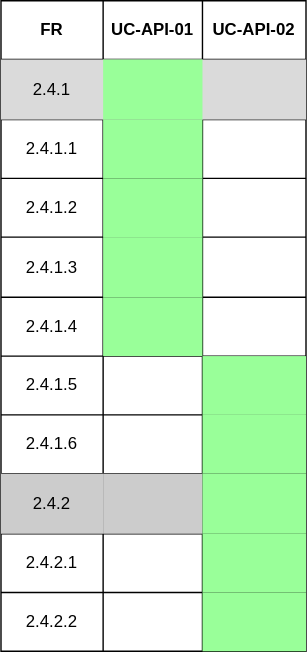
Earlier version of the draw.io export docs/srs/Use_Cases/Traceability_Matrix/FR2_4.svg (COS301-SE-2026/UMTAS). Source tidied: cells renumbered, new cells last; positions are measured from the earlier drawing's top-left corner, leaving out a move shared by most shapes.
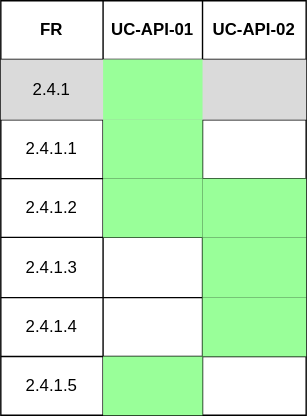
The same file after the commit.

The edit, as a diff of the source:
```diff
@@ -3,7 +3,7 @@
     <mxCell id="0" />
     <mxCell id="1" parent="0" />
     <mxCell id="2" style="shape=table;startSize=0;strokeColor=default;" parent="1" vertex="1">
-      <mxGeometry width="218" height="465" as="geometry" />
+      <mxGeometry width="218" height="296" as="geometry" />
     </mxCell>
     <mxCell id="3" style="shape=tableRow;horizontal=0;startSize=0;swimlaneHead=0;swimlaneBody=0;strokeColor=inherit;top=0;left=0;bottom=0;right=0;fillColor=none;" parent="2" vertex="1">
       <mxGeometry width="218" height="42" as="geometry" />
@@ -50,7 +50,7 @@
     <mxCell id="17" style="shape=partialRectangle;html=1;whiteSpace=wrap;strokeColor=inherit;overflow=hidden;fillColor=#99FF99;top=0;left=0;bottom=0;right=0;" parent="15" vertex="1">
       <mxGeometry x="73" width="71" height="42" as="geometry" />
     </mxCell>
-    <mxCell id="18" style="shape=partialRectangle;html=1;whiteSpace=wrap;strokeColor=inherit;overflow=hidden;fillColor=none;top=0;left=0;bottom=0;right=0;" parent="15" vertex="1">
+    <mxCell id="18" style="shape=partialRectangle;html=1;whiteSpace=wrap;strokeColor=inherit;overflow=hidden;fillColor=#99FF99;top=0;left=0;bottom=0;right=0;" parent="15" vertex="1">
       <mxGeometry x="144" width="74" height="42" as="geometry" />
     </mxCell>
     <mxCell id="19" style="shape=tableRow;horizontal=0;startSize=0;swimlaneHead=0;swimlaneBody=0;strokeColor=inherit;top=0;left=0;bottom=0;right=0;fillColor=none;" parent="2" vertex="1">
@@ -59,10 +59,10 @@
     <mxCell id="20" value="2.4.1.3" style="shape=partialRectangle;html=1;whiteSpace=wrap;strokeColor=inherit;overflow=hidden;fillColor=none;top=0;left=0;bottom=0;right=0;" parent="19" vertex="1">
       <mxGeometry width="73" height="43" as="geometry" />
     </mxCell>
-    <mxCell id="21" style="shape=partialRectangle;html=1;whiteSpace=wrap;strokeColor=inherit;overflow=hidden;fillColor=#99FF99;top=0;left=0;bottom=0;right=0;" parent="19" vertex="1">
+    <mxCell id="21" style="shape=partialRectangle;html=1;whiteSpace=wrap;strokeColor=inherit;overflow=hidden;fillColor=none;top=0;left=0;bottom=0;right=0;" parent="19" vertex="1">
       <mxGeometry x="73" width="71" height="43" as="geometry" />
     </mxCell>
-    <mxCell id="22" style="shape=partialRectangle;html=1;whiteSpace=wrap;strokeColor=inherit;overflow=hidden;fillColor=none;top=0;left=0;bottom=0;right=0;" parent="19" vertex="1">
+    <mxCell id="22" style="shape=partialRectangle;html=1;whiteSpace=wrap;strokeColor=inherit;overflow=hidden;fillColor=#99FF99;top=0;left=0;bottom=0;right=0;" parent="19" vertex="1">
       <mxGeometry x="144" width="74" height="43" as="geometry" />
     </mxCell>
     <mxCell id="23" style="shape=tableRow;horizontal=0;startSize=0;swimlaneHead=0;swimlaneBody=0;strokeColor=inherit;top=0;left=0;bottom=0;right=0;fillColor=none;" parent="2" vertex="1">
@@ -71,10 +71,10 @@
     <mxCell id="24" value="2.4.1.4" style="shape=partialRectangle;html=1;whiteSpace=wrap;strokeColor=inherit;overflow=hidden;fillColor=none;top=0;left=0;bottom=0;right=0;" parent="23" vertex="1">
       <mxGeometry width="73" height="42" as="geometry" />
     </mxCell>
-    <mxCell id="25" style="shape=partialRectangle;html=1;whiteSpace=wrap;strokeColor=inherit;overflow=hidden;fillColor=#99FF99;top=0;left=0;bottom=0;right=0;" parent="23" vertex="1">
+    <mxCell id="25" style="shape=partialRectangle;html=1;whiteSpace=wrap;strokeColor=inherit;overflow=hidden;fillColor=none;top=0;left=0;bottom=0;right=0;" parent="23" vertex="1">
       <mxGeometry x="73" width="71" height="42" as="geometry" />
     </mxCell>
-    <mxCell id="26" style="shape=partialRectangle;html=1;whiteSpace=wrap;strokeColor=inherit;overflow=hidden;fillColor=none;top=0;left=0;bottom=0;right=0;" parent="23" vertex="1">
+    <mxCell id="26" style="shape=partialRectangle;html=1;whiteSpace=wrap;strokeColor=inherit;overflow=hidden;fillColor=#99FF99;top=0;left=0;bottom=0;right=0;" parent="23" vertex="1">
       <mxGeometry x="144" width="74" height="42" as="geometry" />
     </mxCell>
     <mxCell id="27" style="shape=tableRow;horizontal=0;startSize=0;swimlaneHead=0;swimlaneBody=0;strokeColor=inherit;top=0;left=0;bottom=0;right=0;fillColor=none;" parent="2" vertex="1">
@@ -83,59 +83,11 @@
     <mxCell id="28" value="2.4.1.5" style="shape=partialRectangle;html=1;whiteSpace=wrap;strokeColor=inherit;overflow=hidden;fillColor=none;top=0;left=0;bottom=0;right=0;" parent="27" vertex="1">
       <mxGeometry width="73" height="42" as="geometry" />
     </mxCell>
-    <mxCell id="29" style="shape=partialRectangle;html=1;whiteSpace=wrap;strokeColor=inherit;overflow=hidden;fillColor=none;top=0;left=0;bottom=0;right=0;" parent="27" vertex="1">
+    <mxCell id="29" style="shape=partialRectangle;html=1;whiteSpace=wrap;strokeColor=inherit;overflow=hidden;fillColor=#99FF99;top=0;left=0;bottom=0;right=0;" parent="27" vertex="1">
       <mxGeometry x="73" width="71" height="42" as="geometry" />
     </mxCell>
-    <mxCell id="30" style="shape=partialRectangle;html=1;whiteSpace=wrap;strokeColor=inherit;overflow=hidden;fillColor=#99FF99;top=0;left=0;bottom=0;right=0;" parent="27" vertex="1">
+    <mxCell id="30" style="shape=partialRectangle;html=1;whiteSpace=wrap;strokeColor=inherit;overflow=hidden;fillColor=none;top=0;left=0;bottom=0;right=0;" parent="27" vertex="1">
       <mxGeometry x="144" width="74" height="42" as="geometry" />
     </mxCell>
-    <mxCell id="31" style="shape=tableRow;horizontal=0;startSize=0;swimlaneHead=0;swimlaneBody=0;strokeColor=inherit;top=0;left=0;bottom=0;right=0;fillColor=none;" parent="2" vertex="1">
-      <mxGeometry y="296" width="218" height="42" as="geometry" />
-    </mxCell>
-    <mxCell id="32" value="2.4.1.6" style="shape=partialRectangle;html=1;whiteSpace=wrap;strokeColor=inherit;overflow=hidden;fillColor=none;top=0;left=0;bottom=0;right=0;" parent="31" vertex="1">
-      <mxGeometry width="73" height="42" as="geometry" />
-    </mxCell>
-    <mxCell id="33" style="shape=partialRectangle;html=1;whiteSpace=wrap;strokeColor=inherit;overflow=hidden;fillColor=none;top=0;left=0;bottom=0;right=0;" parent="31" vertex="1">
-      <mxGeometry x="73" width="71" height="42" as="geometry" />
-    </mxCell>
-    <mxCell id="34" style="shape=partialRectangle;html=1;whiteSpace=wrap;strokeColor=inherit;overflow=hidden;fillColor=#99FF99;top=0;left=0;bottom=0;right=0;" parent="31" vertex="1">
-      <mxGeometry x="144" width="74" height="42" as="geometry" />
-    </mxCell>
-    <mxCell id="35" style="shape=tableRow;horizontal=0;startSize=0;swimlaneHead=0;swimlaneBody=0;strokeColor=inherit;top=0;left=0;bottom=0;right=0;fillColor=none;" parent="2" vertex="1">
-      <mxGeometry y="338" width="218" height="43" as="geometry" />
-    </mxCell>
-    <mxCell id="36" value="2.4.2" style="shape=partialRectangle;html=1;whiteSpace=wrap;strokeColor=inherit;overflow=hidden;fillColor=#CCCCCC;top=0;left=0;bottom=0;right=0;" parent="35" vertex="1">
-      <mxGeometry width="73" height="43" as="geometry" />
-    </mxCell>
-    <mxCell id="37" style="shape=partialRectangle;html=1;whiteSpace=wrap;strokeColor=inherit;overflow=hidden;fillColor=#CCCCCC;top=0;left=0;bottom=0;right=0;" parent="35" vertex="1">
-      <mxGeometry x="73" width="71" height="43" as="geometry" />
-    </mxCell>
-    <mxCell id="38" style="shape=partialRectangle;html=1;whiteSpace=wrap;strokeColor=inherit;overflow=hidden;fillColor=#99FF99;top=0;left=0;bottom=0;right=0;" parent="35" vertex="1">
-      <mxGeometry x="144" width="74" height="43" as="geometry" />
-    </mxCell>
-    <mxCell id="39" style="shape=tableRow;horizontal=0;startSize=0;swimlaneHead=0;swimlaneBody=0;strokeColor=inherit;top=0;left=0;bottom=0;right=0;fillColor=none;" parent="2" vertex="1">
-      <mxGeometry y="381" width="218" height="42" as="geometry" />
-    </mxCell>
-    <mxCell id="40" value="2.4.2.1" style="shape=partialRectangle;html=1;whiteSpace=wrap;strokeColor=inherit;overflow=hidden;fillColor=none;top=0;left=0;bottom=0;right=0;" parent="39" vertex="1">
-      <mxGeometry width="73" height="42" as="geometry" />
-    </mxCell>
-    <mxCell id="41" style="shape=partialRectangle;html=1;whiteSpace=wrap;strokeColor=inherit;overflow=hidden;fillColor=none;top=0;left=0;bottom=0;right=0;" parent="39" vertex="1">
-      <mxGeometry x="73" width="71" height="42" as="geometry" />
-    </mxCell>
-    <mxCell id="42" style="shape=partialRectangle;html=1;whiteSpace=wrap;strokeColor=inherit;overflow=hidden;fillColor=#99FF99;top=0;left=0;bottom=0;right=0;" parent="39" vertex="1">
-      <mxGeometry x="144" width="74" height="42" as="geometry" />
-    </mxCell>
-    <mxCell id="43" style="shape=tableRow;horizontal=0;startSize=0;swimlaneHead=0;swimlaneBody=0;strokeColor=inherit;top=0;left=0;bottom=0;right=0;fillColor=none;" parent="2" vertex="1">
-      <mxGeometry y="423" width="218" height="42" as="geometry" />
-    </mxCell>
-    <mxCell id="44" value="2.4.2.2" style="shape=partialRectangle;html=1;whiteSpace=wrap;strokeColor=inherit;overflow=hidden;fillColor=none;top=0;left=0;bottom=0;right=0;" parent="43" vertex="1">
-      <mxGeometry width="73" height="42" as="geometry" />
-    </mxCell>
-    <mxCell id="45" style="shape=partialRectangle;html=1;whiteSpace=wrap;strokeColor=inherit;overflow=hidden;fillColor=none;top=0;left=0;bottom=0;right=0;" parent="43" vertex="1">
-      <mxGeometry x="73" width="71" height="42" as="geometry" />
-    </mxCell>
-    <mxCell id="46" style="shape=partialRectangle;html=1;whiteSpace=wrap;strokeColor=inherit;overflow=hidden;fillColor=#99FF99;top=0;left=0;bottom=0;right=0;" parent="43" vertex="1">
-      <mxGeometry x="144" width="74" height="42" as="geometry" />
-    </mxCell>
   </root>
 </mxGraphModel>
```
